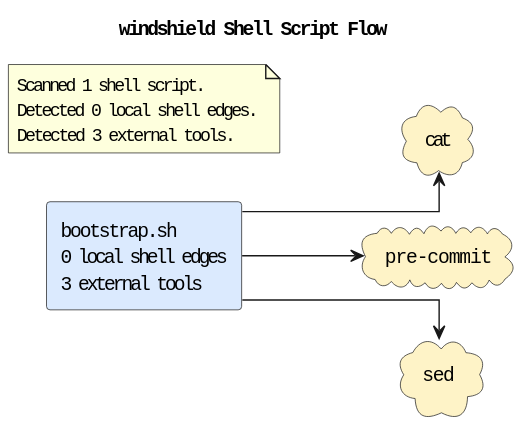
This is docs/diagrams/shell-call-graph.puml.svg from casonk/windshield, a PlantUML export, as it was before one commit.
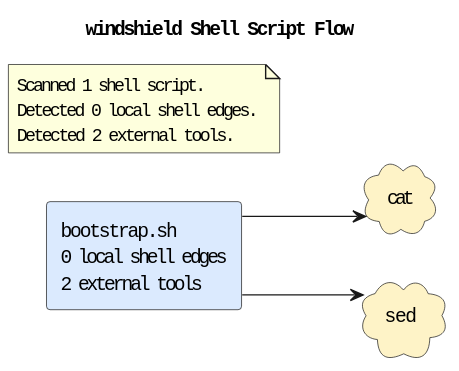
After the commit.

Change to the diagram source:
```diff
@@ -5,16 +5,14 @@
 skinparam defaultFontName Monospace
 skinparam componentStyle rectangle
 skinparam linetype ortho
-rectangle "bootstrap.sh\n0 local shell edges\n3 external tools" as shell_bootstrap_sh #DBEAFE
+rectangle "bootstrap.sh\n0 local shell edges\n2 external tools" as shell_bootstrap_sh #DBEAFE
 cloud "cat" as tool_cat #FEF3C7
-cloud "pre-commit" as tool_pre_commit #FEF3C7
 cloud "sed" as tool_sed #FEF3C7
 shell_bootstrap_sh --> tool_cat
-shell_bootstrap_sh --> tool_pre_commit
 shell_bootstrap_sh --> tool_sed
 note as shellGraphSummary
 Scanned 1 shell script.
 Detected 0 local shell edges.
-Detected 3 external tools.
+Detected 2 external tools.
 end note
 @enduml
```
